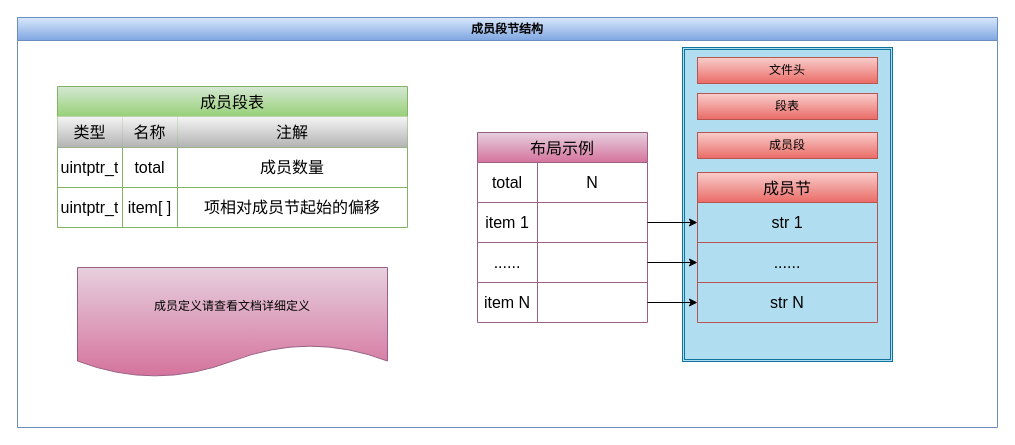
irscript/lang-vm-rt-c keeps this draw.io diagram as page "成员段节" (6 of 14) of content/4_ByteCode/字节码文件图集.drawio. Above is the earlier version. Source tidied: cells renumbered, new cells numbered last; positions are measured from the earlier drawing's top-left corner, leaving out a move shared by most shapes. Both pictures are drawn from the tidied source at 100%, with x=0, y=0 at pixel (17, 17).
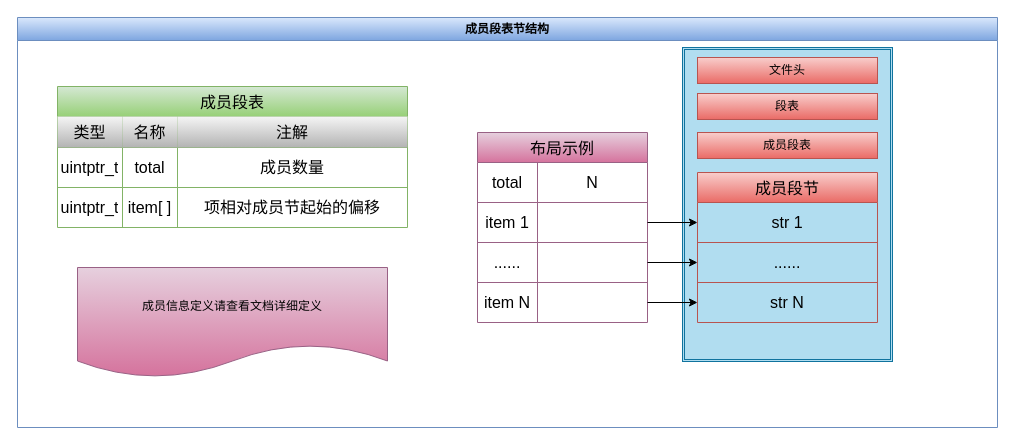
The same page after the edit.

What changed in the source:
```diff
@@
-    <mxCell id="2" value="成员段节结构" style="swimlane;whiteSpace=wrap;html=1;fillColor=#dae8fc;gradientColor=#7ea6e0;strokeColor=#6c8ebf;" parent="1" vertex="1">
+    <mxCell id="2" value="成员段表节结构" style="swimlane;whiteSpace=wrap;html=1;fillColor=#dae8fc;gradientColor=#7ea6e0;strokeColor=#6c8ebf;" parent="1" vertex="1">
       <mxGeometry width="980" height="410" as="geometry" />
     </mxCell>
@@
-    <mxCell id="30" value="成员节" style="shape=table;startSize=30;childLayout=tableLayout;strokeColor=#b85450;fontSize=16;fillColor=#f8cecc;gradientColor=#ea6b66;" parent="2" vertex="1">
+    <mxCell id="30" value="成员段节" style="shape=table;startSize=30;childLayout=tableLayout;strokeColor=#b85450;fontSize=16;fillColor=#f8cecc;gradientColor=#ea6b66;" parent="2" vertex="1">
       <mxGeometry x="680" y="155" width="180" height="150" as="geometry" />
     </mxCell>
@@
-    <mxCell id="40" value="成员段" style="rounded=0;whiteSpace=wrap;html=1;fillColor=#f8cecc;gradientColor=#ea6b66;strokeColor=#b85450;" parent="2" vertex="1">
+    <mxCell id="40" value="成员段表" style="rounded=0;whiteSpace=wrap;html=1;fillColor=#f8cecc;gradientColor=#ea6b66;strokeColor=#b85450;" parent="2" vertex="1">
       <mxGeometry x="680" y="115" width="180" height="26" as="geometry" />
     </mxCell>
@@
-    <mxCell id="43" value="成员定义请查看文档详细定义" style="shape=document;whiteSpace=wrap;html=1;boundedLbl=1;fillColor=#e6d0de;gradientColor=#d5739d;strokeColor=#996185;" parent="2" vertex="1">
+    <mxCell id="43" value="成员信息定义请查看文档详细定义" style="shape=document;whiteSpace=wrap;html=1;boundedLbl=1;fillColor=#e6d0de;gradientColor=#d5739d;strokeColor=#996185;" parent="2" vertex="1">
       <mxGeometry x="60" y="250" width="310" height="110" as="geometry" />
     </mxCell>
```
